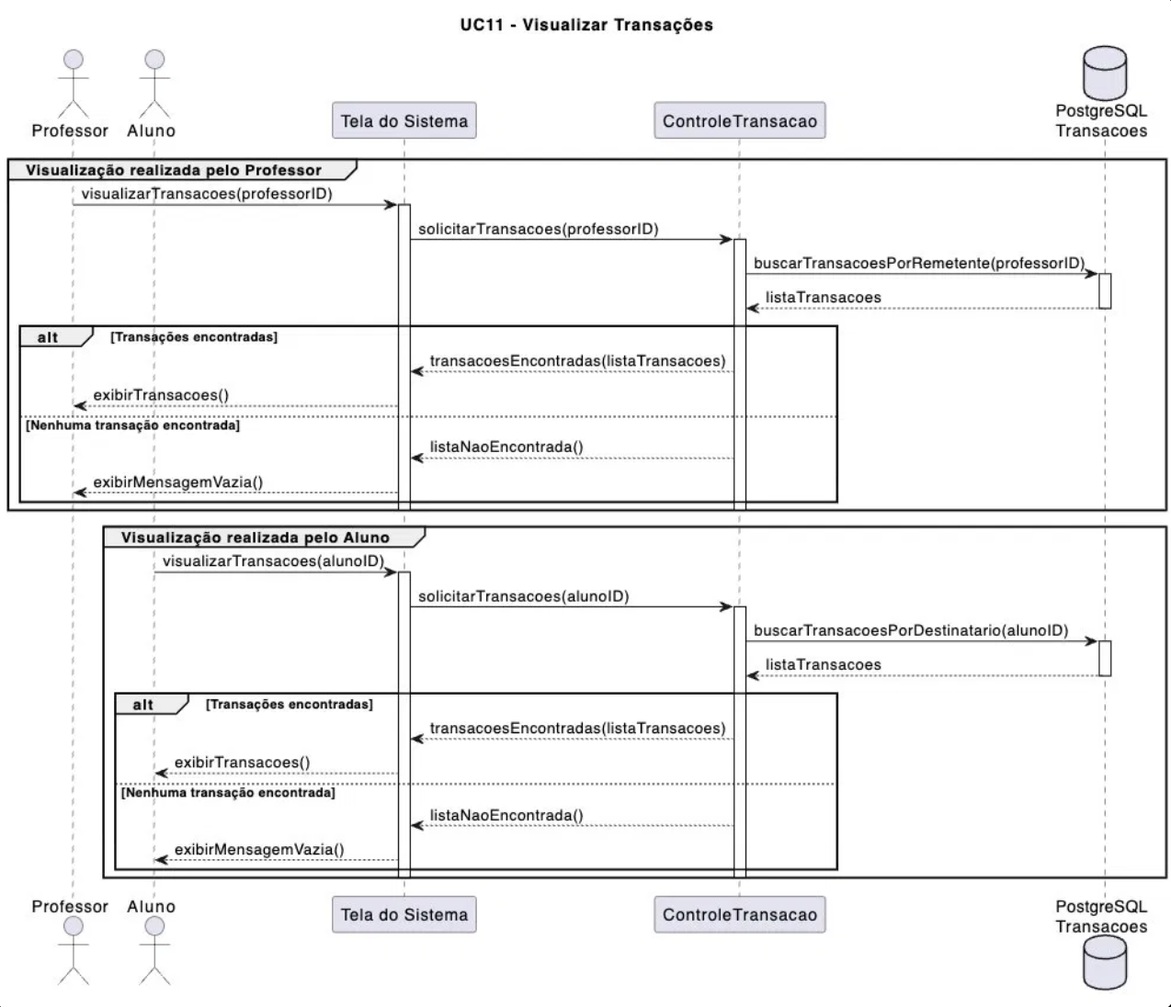
Before: docs/diagrams/sequence-diagram/images/uc-11.png, a diagram exported from PlantUML (arturbomtempo-dev/lumen-coin). Its source is kept beside it as docs/diagrams/sequence-diagram/source/uc-11.puml. Its diagram source:
```plantuml
@startuml
title UC11 - Visualizar Transações
actor Professor as P
actor Aluno as A
participant "Tela do Sistema" as Tela
participant "ControleTransacao" as CT
database "PostgreSQL\nTransacoes" as DBTransacao

group Visualização realizada pelo Professor
    P -> Tela : visualizarTransacoes(professorID)
    activate Tela

    Tela -> CT : solicitarTransacoes(professorID)
    activate CT

    CT -> DBTransacao : buscarTransacoesPorRemetente(professorID)
    activate DBTransacao
    DBTransacao --> CT : listaTransacoes
    deactivate DBTransacao

    alt Transações encontradas
        CT --> Tela : transacoesEncontradas(listaTransacoes)
        Tela --> P : exibirTransacoes()
    else Nenhuma transação encontrada
        CT --> Tela : listaNaoEncontrada()
        Tela --> P : exibirMensagemVazia()
    end

    deactivate CT
    deactivate Tela
end

group Visualização realizada pelo Aluno
    A -> Tela : visualizarTransacoes(alunoID)
    activate Tela

    Tela -> CT : solicitarTransacoes(alunoID)
    activate CT

    CT -> DBTransacao : buscarTransacoesPorDestinatario(alunoID)
    activate DBTransacao
    DBTransacao --> CT : listaTransacoes
    deactivate DBTransacao

    alt Transações encontradas
        CT --> Tela : transacoesEncontradas(listaTransacoes)
        Tela --> A : exibirTransacoes()
    else Nenhuma transação encontrada
        CT --> Tela : listaNaoEncontrada()
        Tela --> A : exibirMensagemVazia()
    end

    deactivate CT
    deactivate Tela
end
@enduml
```
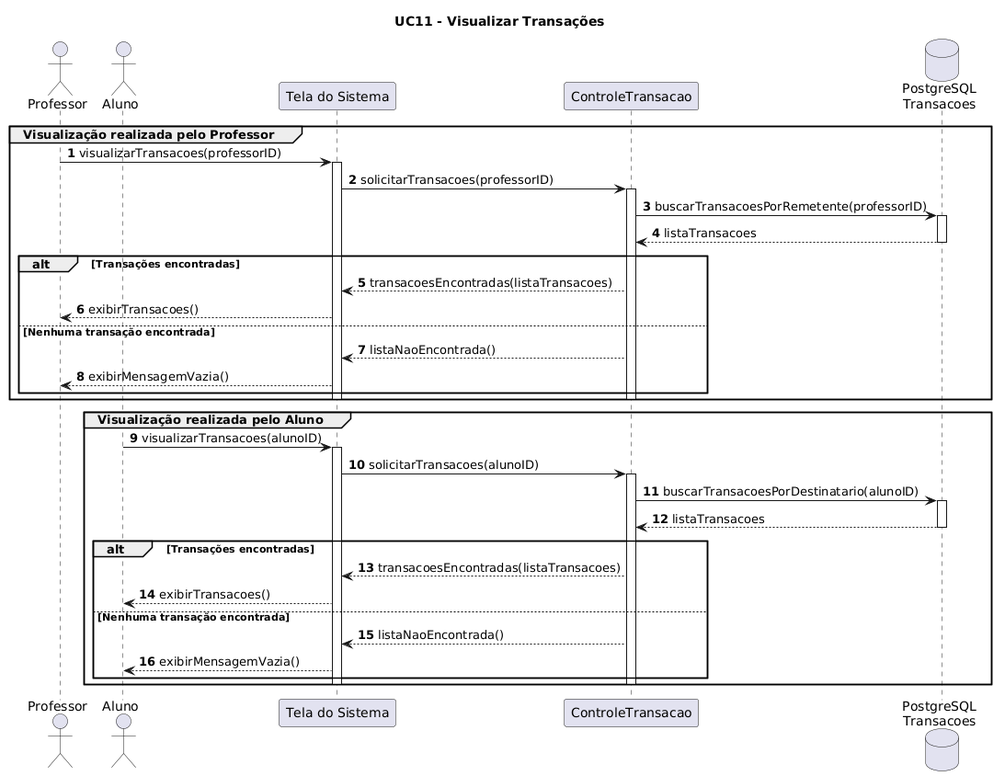
After the change.

What changed in the source:
```diff
@@ -1,4 +1,7 @@
 @startuml
+
+autonumber
+
 title UC11 - Visualizar Transações
 actor Professor as P
 actor Aluno as A
```
